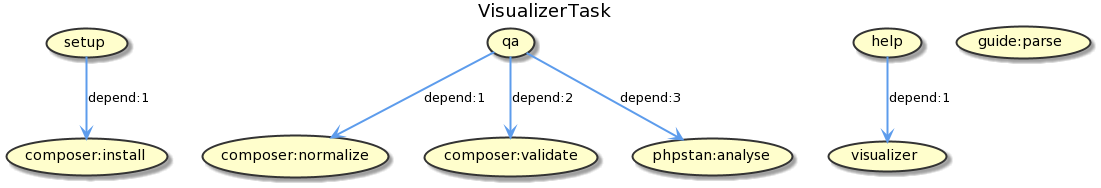
Above: build.png in phingofficial/phing (PlantUML), before the change.
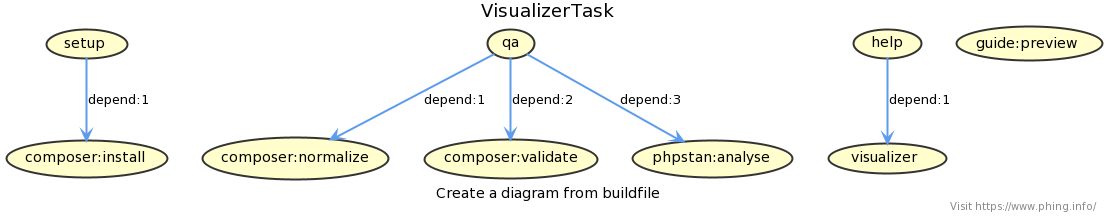
Above is the later version.

Commit message:
Add new properties to customize diagrams (#13)

The edit, as a diff of the source:
```diff
@@ -1,7 +1,19 @@
 @startuml
-title VisualizerTask
+title
+VisualizerTask
+end title
+
+caption
+Create a diagram from buildfile
+end caption
+
+right footer
+Visit https://www.phing.info/
+end footer
+
 top to bottom direction
 
+skinparam Shadowing false
 skinparam ArrowFontColor Black
 skinparam ArrowThickness 2
 skinparam UseCaseBackgroundColor #FFFECC
@@ -23,5 +35,5 @@
 (composer:install)
 (composer:validate)
 (phpstan:analyse)
-(guide:parse)
+(guide:preview)
 @enduml
```
